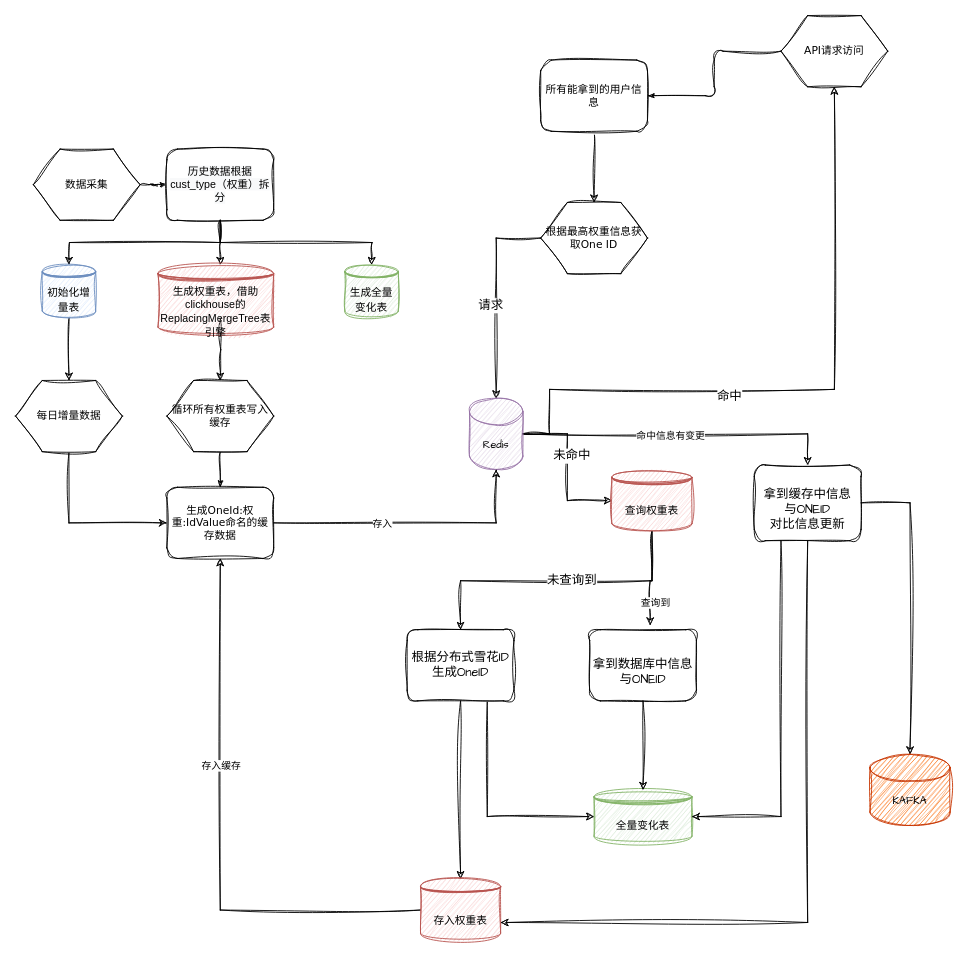
Earlier version of the draw.io diagram OenID.drawio (BNingliu/drawIO). Source tidied: cells renumbered, new cells numbered last; positions are measured from the earlier drawing's top-left corner, leaving out a move shared by most shapes. Both pictures are drawn from the tidied source at 89%, with x=0, y=0 at pixel (15, 15).
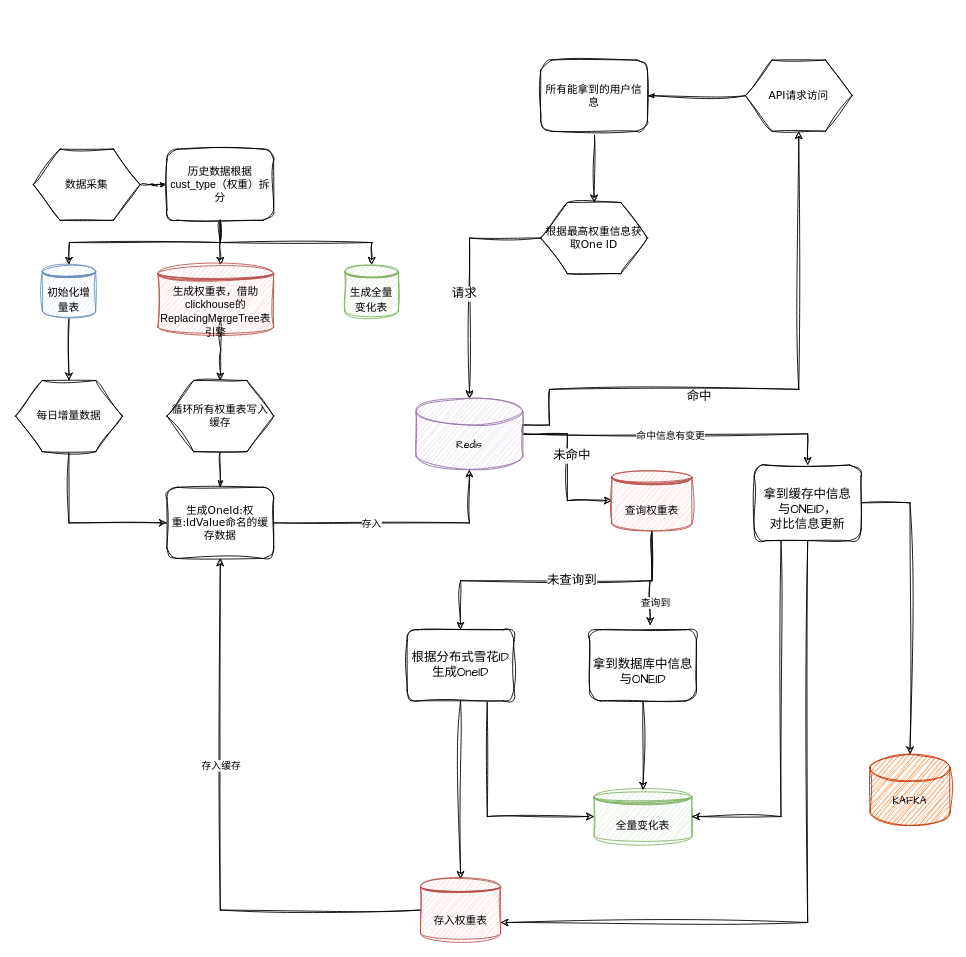
Above is the later version.

What changed in the source:
```diff
@@
     <mxCell id="12" value="API请求访问" style="shape=hexagon;perimeter=hexagonPerimeter;whiteSpace=wrap;html=1;rounded=0;shadow=0;labelBackgroundColor=none;strokeWidth=1;fontFamily=Verdana;fontSize=12;align=center;sketch=1;curveFitting=1;jiggle=2;" parent="1" vertex="1">
-      <mxGeometry x="860" width="120" height="80" as="geometry" />
+      <mxGeometry x="820" y="50" width="120" height="80" as="geometry" />
     </mxCell>
@@
     <mxCell id="23" style="edgeStyle=orthogonalEdgeStyle;rounded=0;sketch=1;hachureGap=4;jiggle=2;curveFitting=1;jettySize=auto;html=1;exitX=1;exitY=0.5;exitDx=0;exitDy=0;exitPerimeter=0;entryX=0.5;entryY=1;entryDx=0;entryDy=0;fontFamily=Architects Daughter;" parent="1" edge="1" source="25" target="12">
       <mxGeometry relative="1" as="geometry">
         <Array as="points">
+          <mxPoint x="570" y="460" />
+          <mxPoint x="600" y="460" />
           <mxPoint x="600" y="420" />
-          <mxPoint x="920" y="420" />
+          <mxPoint x="880" y="420" />
         </Array>
       </mxGeometry>
     </mxCell>
@@
     <mxCell id="25" value="Redis" style="shape=cylinder3;whiteSpace=wrap;html=1;boundedLbl=1;backgroundOutline=1;size=15;sketch=1;hachureGap=4;jiggle=2;curveFitting=1;fontFamily=Architects Daughter;fillColor=#e1d5e7;strokeColor=#9673a6;" parent="1" vertex="1">
-      <mxGeometry x="510" y="430" width="60" height="80" as="geometry" />
+      <mxGeometry x="450" y="430" width="120" height="80" as="geometry" />
     </mxCell>
@@
-    <mxCell id="49" value="&lt;div&gt;&lt;br&gt;&lt;/div&gt;&lt;div&gt;&lt;span style=&quot;font-family: &amp;quot;Architects Daughter&amp;quot;; font-size: 14px; text-wrap: nowrap; background-color: rgb(255, 255, 255);&quot;&gt;拿到缓存中信息&lt;/span&gt;&lt;/div&gt;&lt;div&gt;&lt;span style=&quot;font-family: &amp;quot;Architects Daughter&amp;quot;; font-size: 14px; text-wrap: nowrap; background-color: rgb(255, 255, 255);&quot;&gt;与ONEID&lt;br&gt;&lt;/span&gt;&lt;span style=&quot;font-family: &amp;quot;Architects Daughter&amp;quot;; font-size: 14px; text-wrap: nowrap; background-color: rgb(255, 255, 255);&quot;&gt;对比信息更新&lt;/span&gt;&lt;/div&gt;" style="rounded=1;whiteSpace=wrap;html=1;shadow=0;labelBackgroundColor=none;strokeWidth=1;fontFamily=Verdana;fontSize=12;align=center;sketch=1;curveFitting=1;jiggle=2;" parent="1" vertex="1">
+    <mxCell id="49" value="&lt;div&gt;&lt;br&gt;&lt;/div&gt;&lt;div&gt;&lt;span style=&quot;font-family: &amp;quot;Architects Daughter&amp;quot;; font-size: 14px; text-wrap: nowrap; background-color: rgb(255, 255, 255);&quot;&gt;拿到缓存中信息&lt;/span&gt;&lt;/div&gt;&lt;div&gt;&lt;span style=&quot;font-family: &amp;quot;Architects Daughter&amp;quot;; font-size: 14px; text-wrap: nowrap; background-color: rgb(255, 255, 255);&quot;&gt;与ONEID，&lt;br&gt;&lt;/span&gt;&lt;span style=&quot;font-family: &amp;quot;Architects Daughter&amp;quot;; font-size: 14px; text-wrap: nowrap; background-color: rgb(255, 255, 255);&quot;&gt;对比信息更新&lt;/span&gt;&lt;/div&gt;" style="rounded=1;whiteSpace=wrap;html=1;shadow=0;labelBackgroundColor=none;strokeWidth=1;fontFamily=Verdana;fontSize=12;align=center;sketch=1;curveFitting=1;jiggle=2;" parent="1" vertex="1">
       <mxGeometry x="830" y="505" width="120" height="85" as="geometry" />
     </mxCell>
```
